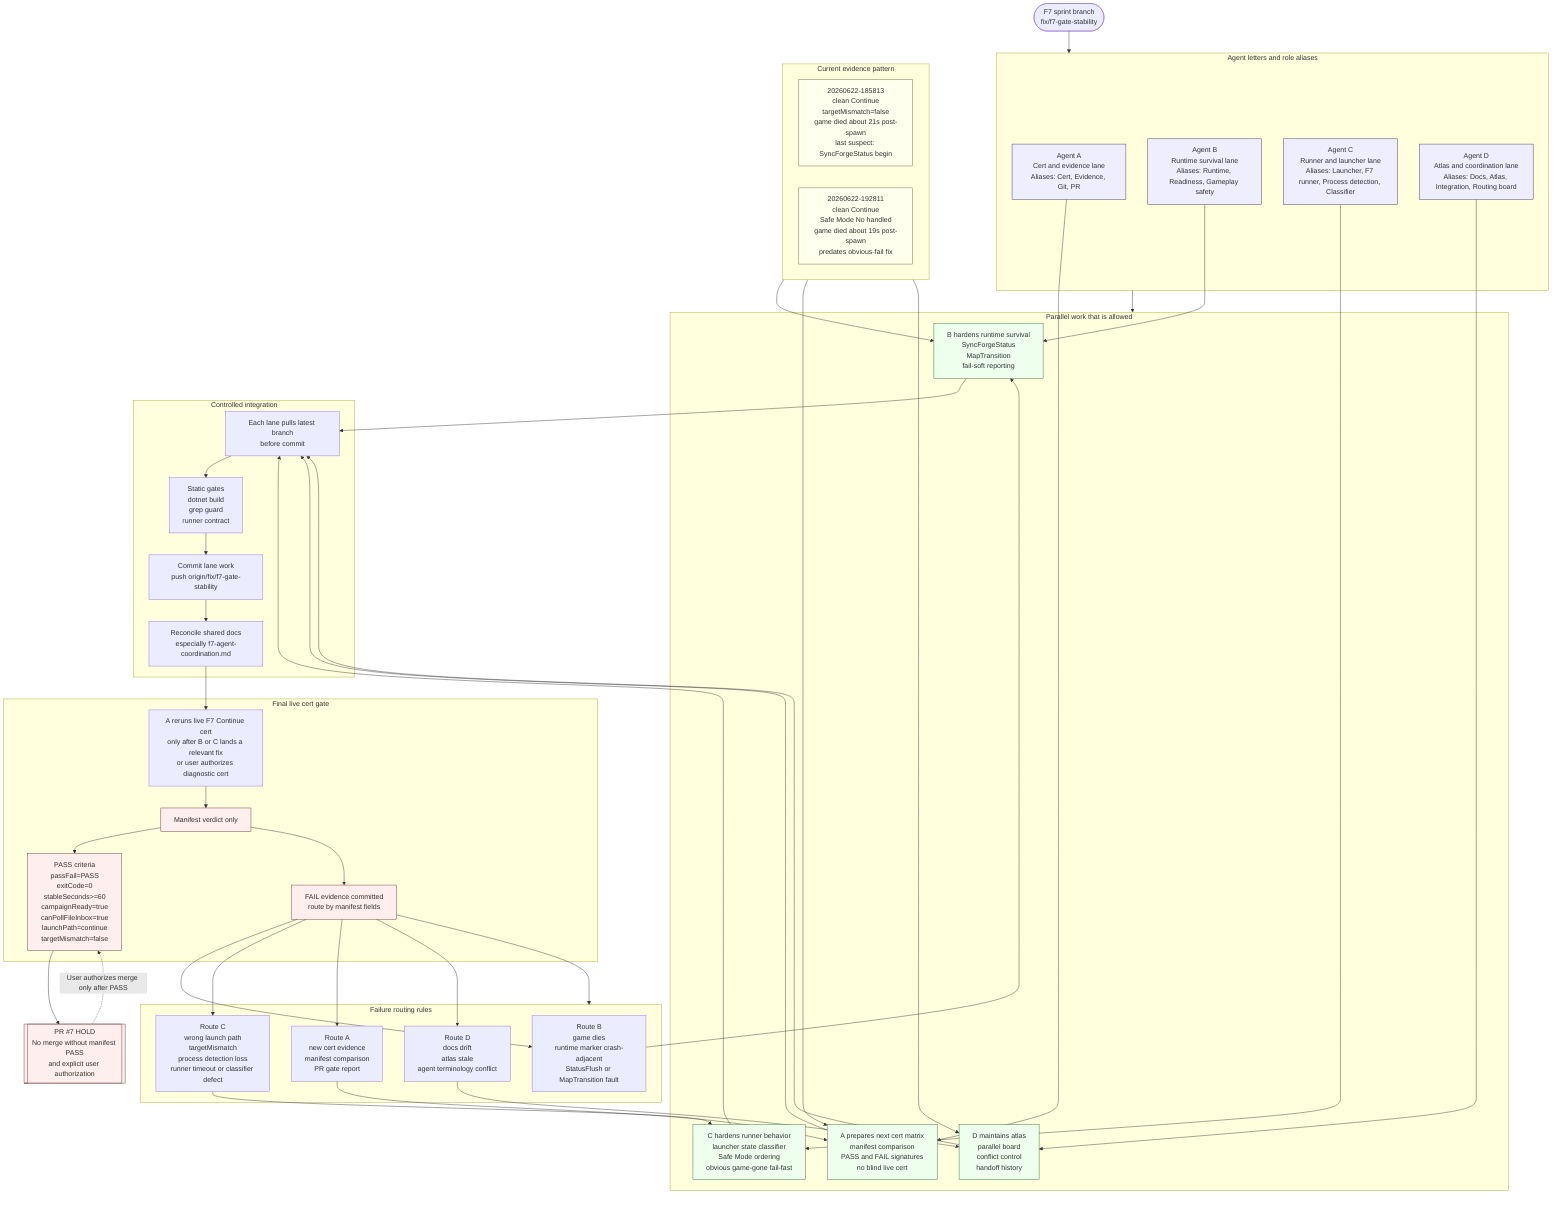
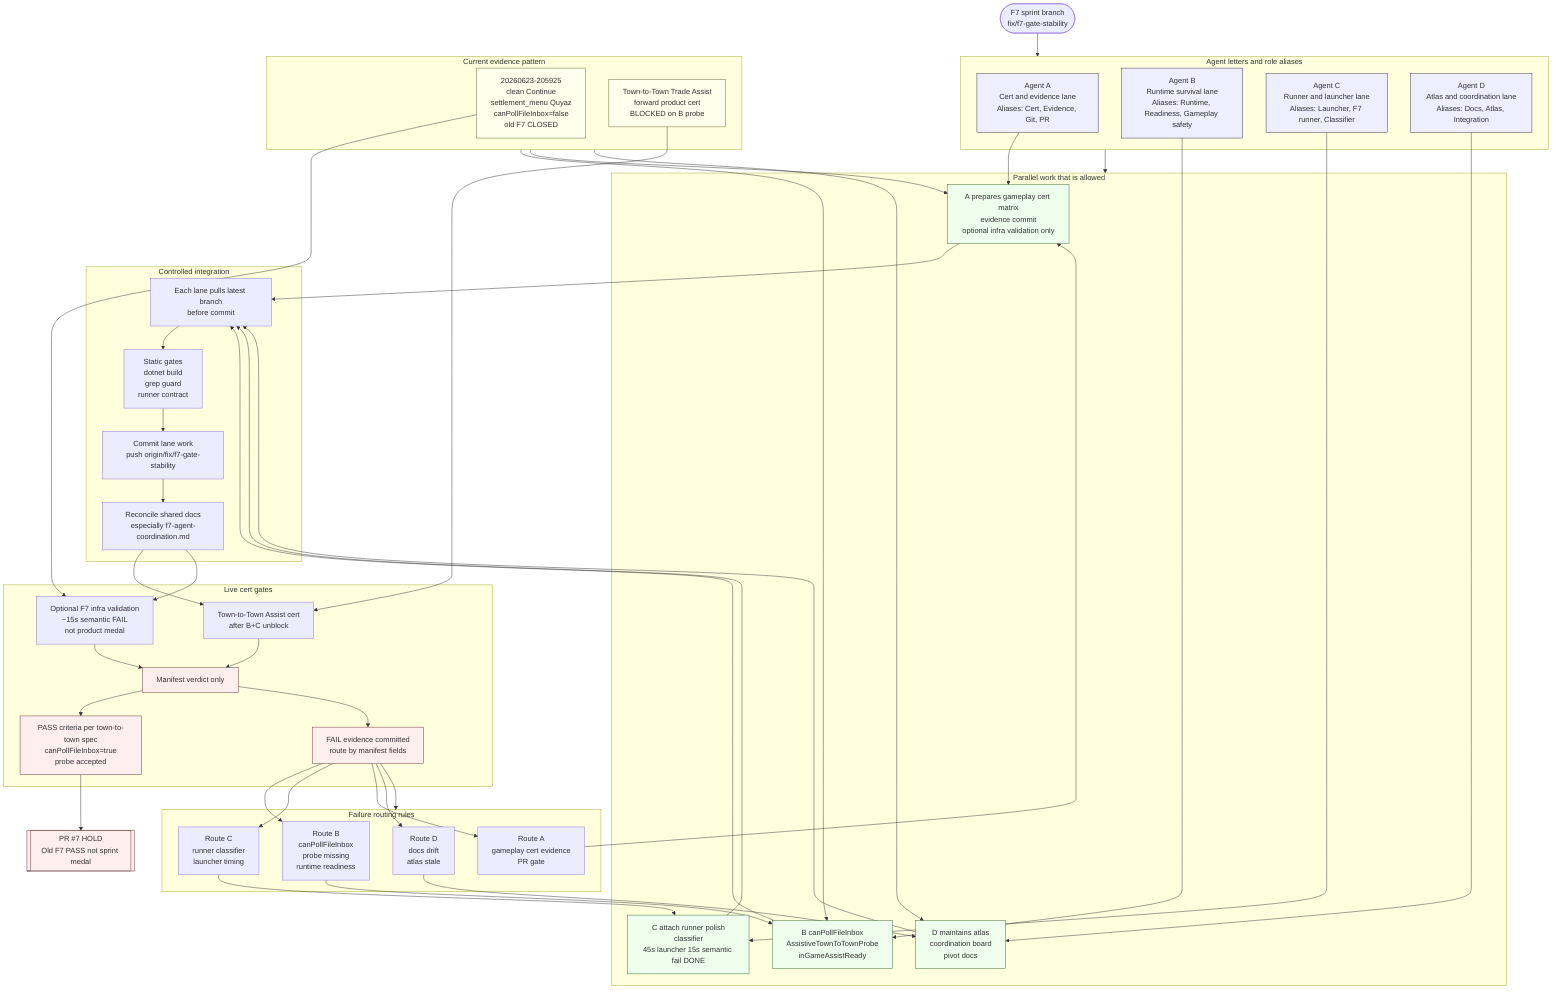
%% The Blacksmith Guild - F7 agent mental model
%% Purpose: keep agent letters, roles, lanes, and handoffs consistent.
%% Doctrine: No manifest, no medal. Build PASS is not game PASS.

flowchart TD
    Start([F7 sprint branch<br/>fix/f7-gate-stability])
-     Hold[[PR #7 HOLD<br/>No merge without manifest PASS<br/>and explicit user authorization]]
+     Hold[[PR #7 HOLD<br/>Old F7 PASS not sprint medal]]

    subgraph Agents[Agent letters and role aliases]
        A["Agent A<br/>Cert and evidence lane<br/>Aliases: Cert, Evidence, Git, PR"]
        B["Agent B<br/>Runtime survival lane<br/>Aliases: Runtime, Readiness, Gameplay safety"]
-         C["Agent C<br/>Runner and launcher lane<br/>Aliases: Launcher, F7 runner, Process detection, Classifier"]
-         D["Agent D<br/>Atlas and coordination lane<br/>Aliases: Docs, Atlas, Integration, Routing board"]
+         C["Agent C<br/>Runner and launcher lane<br/>Aliases: Launcher, F7 runner, Classifier"]
+         D["Agent D<br/>Atlas and coordination lane<br/>Aliases: Docs, Atlas, Integration"]
    end

    subgraph Parallel[Parallel work that is allowed]
-         Aprep["A prepares next cert matrix<br/>manifest comparison<br/>PASS and FAIL signatures<br/>no blind live cert"]
-         Bwork["B hardens runtime survival<br/>SyncForgeStatus<br/>MapTransition<br/>fail-soft reporting"]
-         Cwork["C hardens runner behavior<br/>launcher state classifier<br/>Safe Mode ordering<br/>obvious game-gone fail-fast"]
-         Dwork["D maintains atlas<br/>parallel board<br/>conflict control<br/>handoff history"]
+         Aprep["A prepares gameplay cert matrix<br/>evidence commit<br/>optional infra validation only"]
+         Bwork["B canPollFileInbox<br/>AssistiveTownToTownProbe<br/>inGameAssistReady"]
+         Cwork["C attach runner polish<br/>classifier<br/>45s launcher 15s semantic fail DONE"]
+         Dwork["D maintains atlas<br/>coordination board<br/>pivot docs"]
    end

    subgraph Evidence[Current evidence pattern]
-         E185813["20260622-185813<br/>clean Continue<br/>targetMismatch=false<br/>game died about 21s post-spawn<br/>last suspect: SyncForgeStatus begin"]
-         E192811["20260622-192811<br/>clean Continue<br/>Safe Mode No handled<br/>game died about 19s post-spawn<br/>predates obvious-fail fix"]
+         E205925["20260623-205925<br/>clean Continue<br/>settlement_menu Quyaz<br/>canPollFileInbox=false<br/>old F7 CLOSED"]
+         EAssist["Town-to-Town Trade Assist<br/>forward product cert<br/>BLOCKED on B probe"]
    end

    subgraph Integration[Controlled integration]
        PullLatest["Each lane pulls latest branch<br/>before commit"]
        Static["Static gates<br/>dotnet build<br/>grep guard<br/>runner contract"]
        CommitPush["Commit lane work<br/>push origin/fix/f7-gate-stability"]
        Reconcile["Reconcile shared docs<br/>especially f7-agent-coordination.md"]
    end

-     subgraph Cert[Final live cert gate]
-         Aready["A reruns live F7 Continue cert<br/>only after B or C lands a relevant fix<br/>or user authorizes diagnostic cert"]
+     subgraph Cert[Live cert gates]
+         InfraOpt["Optional F7 infra validation<br/>~15s semantic FAIL<br/>not product medal"]
+         GameplayCert["Town-to-Town Assist cert<br/>after B+C unblock"]
        Manifest["Manifest verdict only"]
-         Pass["PASS criteria<br/>passFail=PASS<br/>exitCode=0<br/>stableSeconds>=60<br/>campaignReady=true<br/>canPollFileInbox=true<br/>launchPath=continue<br/>targetMismatch=false"]
+         Pass["PASS criteria per town-to-town spec<br/>canPollFileInbox=true<br/>probe accepted"]
        Fail["FAIL evidence committed<br/>route by manifest fields"]
    end

    subgraph Routing[Failure routing rules]
-         RouteB["Route B<br/>game dies<br/>runtime marker crash-adjacent<br/>StatusFlush or MapTransition fault"]
-         RouteC["Route C<br/>wrong launch path<br/>targetMismatch<br/>process detection loss<br/>runner timeout or classifier defect"]
-         RouteA["Route A<br/>new cert evidence<br/>manifest comparison<br/>PR gate report"]
-         RouteD["Route D<br/>docs drift<br/>atlas stale<br/>agent terminology conflict"]
+         RouteB["Route B<br/>canPollFileInbox<br/>probe missing<br/>runtime readiness"]
+         RouteC["Route C<br/>runner classifier<br/>launcher timing"]
+         RouteA["Route A<br/>gameplay cert evidence<br/>PR gate"]
+         RouteD["Route D<br/>docs drift<br/>atlas stale"]
    end

    Start --> Agents
    Agents --> Parallel
    A --> Aprep
    B --> Bwork
    C --> Cwork
    D --> Dwork

    Evidence --> Bwork
    Evidence --> Aprep
    Evidence --> Dwork

    Aprep --> PullLatest
    Bwork --> PullLatest
    Cwork --> PullLatest
    Dwork --> PullLatest
    PullLatest --> Static
    Static --> CommitPush
    CommitPush --> Reconcile
-     Reconcile --> Aready
+     Reconcile --> GameplayCert
+     Reconcile --> InfraOpt

-     Aready --> Manifest
+     E205925 --> InfraOpt
+     EAssist --> GameplayCert
+     GameplayCert --> Manifest
+     InfraOpt --> Manifest
    Manifest --> Pass
    Manifest --> Fail
    Pass --> Hold
    Fail --> Routing

    Fail --> RouteB
    Fail --> RouteC
    Fail --> RouteA
    Fail --> RouteD

    RouteB --> Bwork
    RouteC --> Cwork
    RouteA --> Aprep
    RouteD --> Dwork

-     Hold -. "User authorizes merge only after PASS" .-> Pass
- 
    classDef agent fill:#eef,stroke:#335,stroke-width:1px
    classDef work fill:#efe,stroke:#363,stroke-width:1px
    classDef evidence fill:#ffe,stroke:#663,stroke-width:1px
    classDef gate fill:#fee,stroke:#633,stroke-width:1px

    class A,B,C,D agent
    class Aprep,Bwork,Cwork,Dwork work
-     class E185813,E192811 evidence
+     class E205925,EAssist evidence
    class Hold,Manifest,Pass,Fail gate
